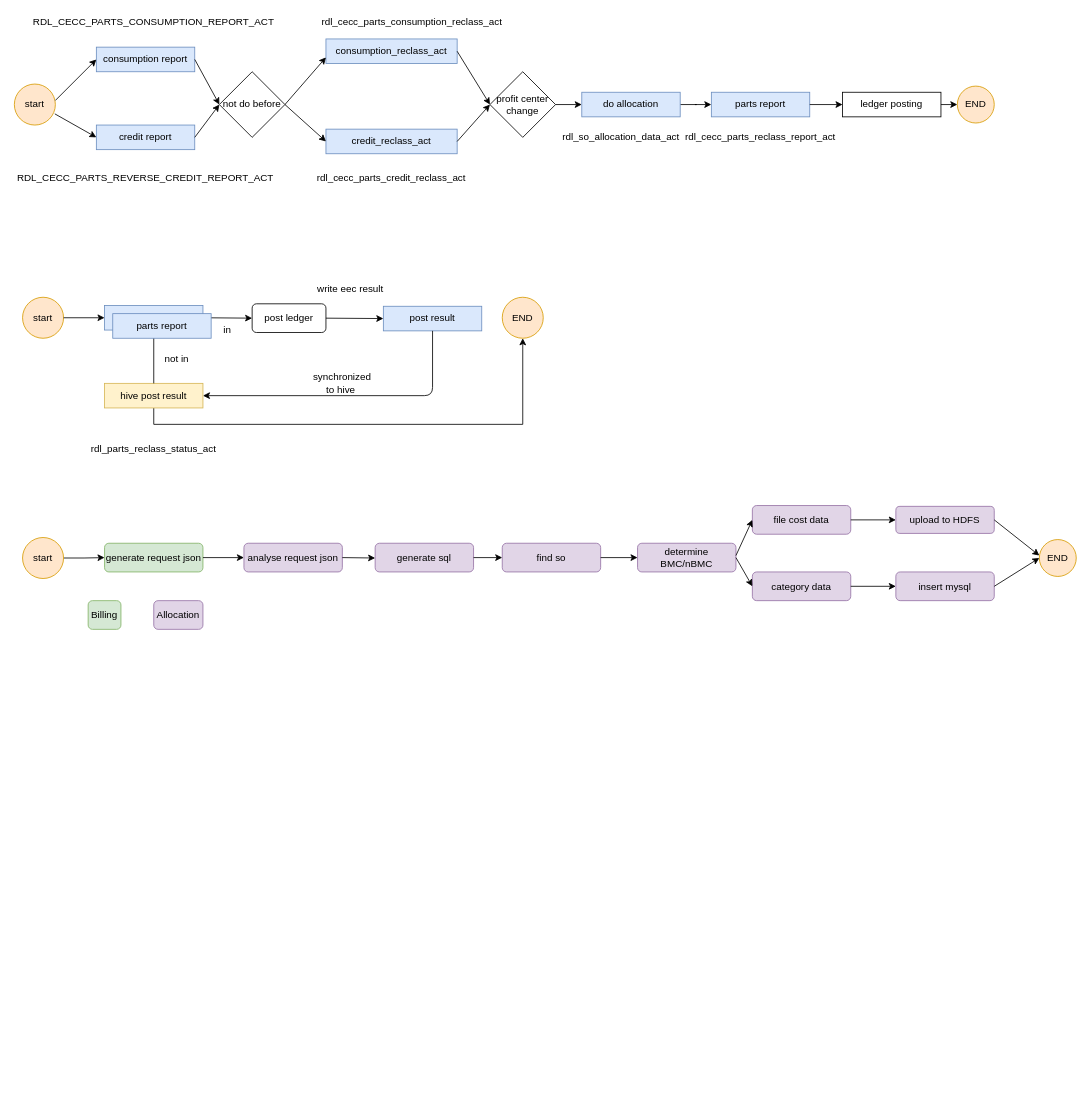
The draw.io diagram src/Untitled Diagram.drawio in zhang-xdl/Crawler, before the edit. Source tidied: cells renumbered, new cells numbered last; positions are measured from the earlier drawing's top-left corner, leaving out a move shared by most shapes. Both pictures are drawn from the tidied source at 82%, with x=0, y=0 at pixel (14, 14).
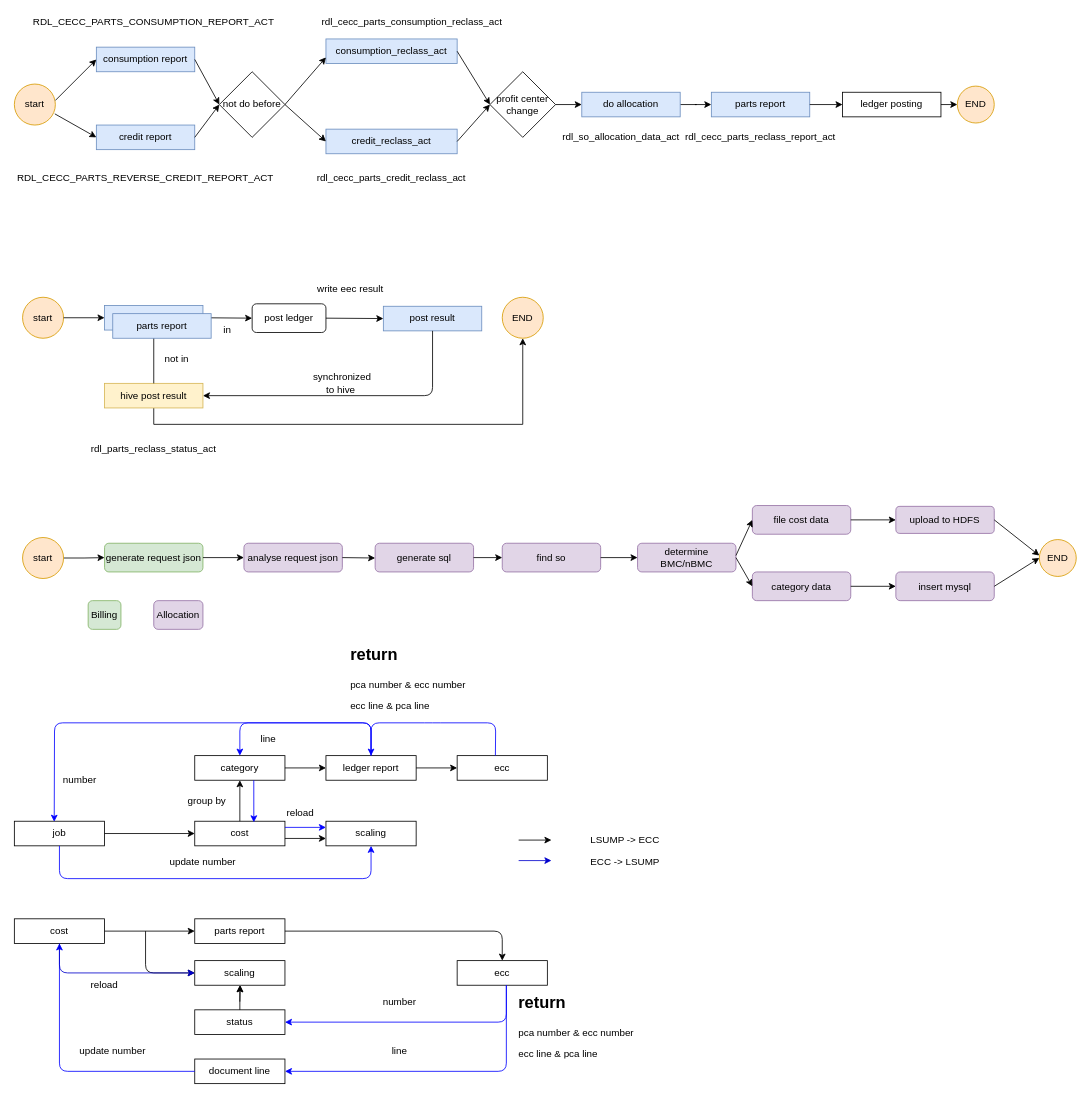
The same page after the edit.

Change to the diagram source:
```diff
@@
+    <mxCell id="73" value="job" style="rounded=0;whiteSpace=wrap;html=1;" parent="1" vertex="1">
+      <mxGeometry y="984" width="110" height="30" as="geometry" />
+    </mxCell>
+    <mxCell id="74" value="cost" style="rounded=0;whiteSpace=wrap;html=1;" parent="1" vertex="1">
+      <mxGeometry x="220" y="984" width="110" height="30" as="geometry" />
+    </mxCell>
+    <mxCell id="75" value="category" style="rounded=0;whiteSpace=wrap;html=1;" parent="1" vertex="1">
+      <mxGeometry x="220" y="904" width="110" height="30" as="geometry" />
+    </mxCell>
+    <mxCell id="76" value="ledger report" style="rounded=0;whiteSpace=wrap;html=1;" parent="1" vertex="1">
+      <mxGeometry x="380" y="904" width="110" height="30" as="geometry" />
+    </mxCell>
+    <mxCell id="77" value="scaling" style="rounded=0;whiteSpace=wrap;html=1;" parent="1" vertex="1">
+      <mxGeometry x="380" y="984" width="110" height="30" as="geometry" />
+    </mxCell>
+    <mxCell id="78" value="ecc" style="rounded=0;whiteSpace=wrap;html=1;" parent="1" vertex="1">
+      <mxGeometry x="540" y="904" width="110" height="30" as="geometry" />
+    </mxCell>
+    <mxCell id="79" style="endArrow=classic;html=1;exitX=1;exitY=0.5;exitDx=0;exitDy=0;entryX=0;entryY=0.5;entryDx=0;entryDy=0;" parent="1" edge="1" source="73" target="74">
+      <mxGeometry relative="1" as="geometry" />
+    </mxCell>
+    <mxCell id="80" style="endArrow=classic;html=1;entryX=0.5;entryY=1;entryDx=0;entryDy=0;" parent="1" edge="1" source="74" target="75">
+      <mxGeometry relative="1" as="geometry" />
+    </mxCell>
+    <mxCell id="81" style="endArrow=classic;html=1;exitX=1;exitY=0.5;exitDx=0;exitDy=0;entryX=0;entryY=0.5;entryDx=0;entryDy=0;" parent="1" edge="1">
+      <mxGeometry relative="1" as="geometry">
+        <mxPoint x="330" y="1005" as="sourcePoint" />
+        <mxPoint x="380" y="1005" as="targetPoint" />
+      </mxGeometry>
+    </mxCell>
+    <mxCell id="82" style="endArrow=classic;html=1;exitX=1;exitY=0.5;exitDx=0;exitDy=0;entryX=0;entryY=0.5;entryDx=0;entryDy=0;" parent="1" edge="1" source="75" target="76">
+      <mxGeometry relative="1" as="geometry" />
+    </mxCell>
+    <mxCell id="83" style="endArrow=classic;html=1;exitX=1;exitY=0.5;exitDx=0;exitDy=0;entryX=0;entryY=0.5;entryDx=0;entryDy=0;" parent="1" edge="1" source="76" target="78">
+      <mxGeometry relative="1" as="geometry" />
+    </mxCell>
+    <mxCell id="84" value="group by" style="text;html=1;strokeColor=none;fillColor=none;align=center;verticalAlign=middle;whiteSpace=wrap;rounded=0;" parent="1" vertex="1">
+      <mxGeometry x="210" y="950" width="50" height="20" as="geometry" />
+    </mxCell>
+    <mxCell id="85" style="endArrow=classic;html=1;exitX=0.424;exitY=0;exitDx=0;exitDy=0;exitPerimeter=0;entryX=0.5;entryY=0;entryDx=0;entryDy=0;strokeColor=#0000FF;" parent="1" edge="1" source="78" target="76">
+      <mxGeometry relative="1" as="geometry">
+        <Array as="points">
+          <mxPoint x="587" y="864" />
+          <mxPoint x="510" y="864" />
+          <mxPoint x="435" y="864" />
+        </Array>
+      </mxGeometry>
+    </mxCell>
+    <mxCell id="86" value="&lt;h1&gt;&lt;font style=&quot;font-size: 20px ; line-height: 60%&quot;&gt;return&lt;/font&gt;&lt;/h1&gt;&lt;p&gt;pca number &amp;amp; ecc number&lt;/p&gt;&lt;p&gt;ecc line &amp;amp; pca line&lt;/p&gt;" style="text;html=1;strokeColor=none;fillColor=none;spacing=5;spacingTop=-20;whiteSpace=wrap;overflow=hidden;rounded=0;" parent="1" vertex="1">
+      <mxGeometry x="405" y="760" width="205" height="90" as="geometry" />
+    </mxCell>
+    <mxCell id="87" style="endArrow=classic;html=1;exitX=0.5;exitY=0;exitDx=0;exitDy=0;entryX=0.5;entryY=0;entryDx=0;entryDy=0;strokeColor=#0000FF;" parent="1" edge="1" source="76" target="75">
+      <mxGeometry relative="1" as="geometry">
+        <Array as="points">
+          <mxPoint x="435" y="864" />
+          <mxPoint x="275" y="864" />
+        </Array>
+      </mxGeometry>
+    </mxCell>
+    <mxCell id="88" style="endArrow=classic;html=1;exitX=0.5;exitY=0;exitDx=0;exitDy=0;entryX=0.442;entryY=0.022;entryDx=0;entryDy=0;entryPerimeter=0;strokeColor=#0000FF;" parent="1" edge="1" source="76" target="73">
+      <mxGeometry relative="1" as="geometry">
+        <Array as="points">
+          <mxPoint x="435" y="864" />
+          <mxPoint x="49" y="864" />
+        </Array>
+      </mxGeometry>
+    </mxCell>
+    <mxCell id="89" value="line" style="text;html=1;strokeColor=none;fillColor=none;align=center;verticalAlign=middle;whiteSpace=wrap;rounded=0;" parent="1" vertex="1">
+      <mxGeometry x="290" y="874" width="40" height="20" as="geometry" />
+    </mxCell>
+    <mxCell id="90" value="number" style="text;html=1;strokeColor=none;fillColor=none;align=center;verticalAlign=middle;whiteSpace=wrap;rounded=0;" parent="1" vertex="1">
+      <mxGeometry x="60" y="924" width="40" height="20" as="geometry" />
+    </mxCell>
+    <mxCell id="91" style="endArrow=classic;html=1;exitX=0.5;exitY=1;exitDx=0;exitDy=0;entryX=0.5;entryY=1;entryDx=0;entryDy=0;strokeColor=#0000FF;" parent="1" edge="1" source="73" target="77">
+      <mxGeometry relative="1" as="geometry">
+        <Array as="points">
+          <mxPoint x="55" y="1054" />
+          <mxPoint x="435" y="1054" />
+        </Array>
+      </mxGeometry>
+    </mxCell>
+    <mxCell id="92" value="update number" style="text;html=1;strokeColor=none;fillColor=none;align=center;verticalAlign=middle;whiteSpace=wrap;rounded=0;" parent="1" vertex="1">
+      <mxGeometry x="170" y="1024" width="120" height="20" as="geometry" />
+    </mxCell>
+    <mxCell id="93" style="endArrow=classic;html=1;entryX=0.655;entryY=0.044;entryDx=0;entryDy=0;entryPerimeter=0;strokeColor=#0000FF;" parent="1" edge="1" target="74">
+      <mxGeometry relative="1" as="geometry">
+        <mxPoint x="292" y="934" as="sourcePoint" />
+      </mxGeometry>
+    </mxCell>
+    <mxCell id="94" value="reload" style="text;html=1;strokeColor=none;fillColor=none;align=center;verticalAlign=middle;whiteSpace=wrap;rounded=0;" parent="1" vertex="1">
+      <mxGeometry x="304" y="964" width="90" height="20" as="geometry" />
+    </mxCell>
+    <mxCell id="95" style="endArrow=classic;html=1;strokeColor=#0000FF;exitX=1;exitY=0.25;exitDx=0;exitDy=0;entryX=0;entryY=0.25;entryDx=0;entryDy=0;" parent="1" edge="1" source="74" target="77">
+      <mxGeometry relative="1" as="geometry" />
+    </mxCell>
+    <mxCell id="96" value="cost" style="rounded=0;whiteSpace=wrap;html=1;" parent="1" vertex="1">
+      <mxGeometry y="1103" width="110" height="30" as="geometry" />
+    </mxCell>
+    <mxCell id="97" value="parts report" style="rounded=0;whiteSpace=wrap;html=1;" parent="1" vertex="1">
+      <mxGeometry x="220" y="1103" width="110" height="30" as="geometry" />
+    </mxCell>
+    <mxCell id="98" value="ecc" style="rounded=0;whiteSpace=wrap;html=1;" parent="1" vertex="1">
+      <mxGeometry x="540" y="1154" width="110" height="30" as="geometry" />
+    </mxCell>
+    <mxCell id="99" style="endArrow=classic;html=1;exitX=1;exitY=0.5;exitDx=0;exitDy=0;entryX=0;entryY=0.5;entryDx=0;entryDy=0;" parent="1" edge="1" source="96" target="97">
+      <mxGeometry relative="1" as="geometry" />
+    </mxCell>
+    <mxCell id="100" style="endArrow=classic;html=1;exitX=1;exitY=0.5;exitDx=0;exitDy=0;entryX=0.5;entryY=0;entryDx=0;entryDy=0;" parent="1" edge="1" source="97" target="98">
+      <mxGeometry relative="1" as="geometry">
+        <Array as="points">
+          <mxPoint x="595" y="1118" />
+        </Array>
+      </mxGeometry>
+    </mxCell>
+    <mxCell id="101" value="scaling" style="rounded=0;whiteSpace=wrap;html=1;" parent="1" vertex="1">
+      <mxGeometry x="220" y="1154" width="110" height="30" as="geometry" />
+    </mxCell>
+    <mxCell id="102" style="endArrow=classic;html=1;strokeColor=#000000;entryX=0;entryY=0.5;entryDx=0;entryDy=0;" parent="1" edge="1" target="101">
+      <mxGeometry relative="1" as="geometry">
+        <mxPoint x="160" y="1118" as="sourcePoint" />
+        <Array as="points">
+          <mxPoint x="160" y="1169" />
+        </Array>
+      </mxGeometry>
+    </mxCell>
+    <mxCell id="103" style="edgeStyle=orthogonalEdgeStyle;rounded=0;jettySize=auto;html=1;strokeColor=#000000;" parent="1" edge="1" target="101">
+      <mxGeometry relative="1" as="geometry">
+        <mxPoint x="275" y="1204" as="sourcePoint" />
+      </mxGeometry>
+    </mxCell>
+    <mxCell id="104" value="status" style="rounded=0;whiteSpace=wrap;html=1;" parent="1" vertex="1">
+      <mxGeometry x="220" y="1214" width="110" height="30" as="geometry" />
+    </mxCell>
+    <mxCell id="105" value="document line" style="rounded=0;whiteSpace=wrap;html=1;" parent="1" vertex="1">
+      <mxGeometry x="220" y="1274" width="110" height="30" as="geometry" />
+    </mxCell>
+    <mxCell id="106" style="endArrow=classic;html=1;entryX=1;entryY=0.5;entryDx=0;entryDy=0;strokeColor=#0000FF;" parent="1" edge="1" target="104">
+      <mxGeometry relative="1" as="geometry">
+        <mxPoint x="600" y="1184" as="sourcePoint" />
+        <Array as="points">
+          <mxPoint x="600" y="1229" />
+        </Array>
+      </mxGeometry>
+    </mxCell>
+    <mxCell id="107" style="endArrow=classic;html=1;entryX=1;entryY=0.5;entryDx=0;entryDy=0;strokeColor=#0000FF;" parent="1" edge="1" target="105">
+      <mxGeometry relative="1" as="geometry">
+        <mxPoint x="600" y="1184" as="sourcePoint" />
+        <Array as="points">
+          <mxPoint x="600" y="1289" />
+        </Array>
+      </mxGeometry>
+    </mxCell>
+    <mxCell id="108" style="endArrow=classic;html=1;strokeColor=#000000;entryX=0.5;entryY=1;entryDx=0;entryDy=0;" parent="1" edge="1" target="101">
+      <mxGeometry relative="1" as="geometry">
+        <mxPoint x="275" y="1214" as="sourcePoint" />
+      </mxGeometry>
+    </mxCell>
+    <mxCell id="109" style="endArrow=classic;html=1;entryX=0.5;entryY=1;entryDx=0;entryDy=0;exitX=0;exitY=0.5;exitDx=0;exitDy=0;strokeColor=#0000FF;" parent="1" edge="1" source="105" target="96">
+      <mxGeometry relative="1" as="geometry">
+        <Array as="points">
+          <mxPoint x="55" y="1289" />
+        </Array>
+      </mxGeometry>
+    </mxCell>
+    <mxCell id="110" style="endArrow=classic;html=1;exitX=0.5;exitY=1;exitDx=0;exitDy=0;entryX=0;entryY=0.5;entryDx=0;entryDy=0;strokeColor=#0000CC;" parent="1" edge="1" source="96" target="101">
+      <mxGeometry relative="1" as="geometry">
+        <Array as="points">
+          <mxPoint x="55" y="1169" />
+        </Array>
+      </mxGeometry>
+    </mxCell>
+    <mxCell id="111" value="&lt;h1&gt;&lt;font style=&quot;font-size: 20px&quot;&gt;return&lt;/font&gt;&lt;/h1&gt;&lt;p&gt;pca number &amp;amp; ecc number&lt;/p&gt;&lt;p&gt;ecc line &amp;amp; pca line&lt;/p&gt;" style="text;html=1;strokeColor=none;fillColor=none;spacing=5;spacingTop=-20;whiteSpace=wrap;overflow=hidden;rounded=0;" parent="1" vertex="1">
+      <mxGeometry x="610" y="1184" width="205" height="90" as="geometry" />
+    </mxCell>
+    <mxCell id="112" value="number" style="text;html=1;strokeColor=none;fillColor=none;align=center;verticalAlign=middle;whiteSpace=wrap;rounded=0;" parent="1" vertex="1">
+      <mxGeometry x="450" y="1194" width="40" height="20" as="geometry" />
+    </mxCell>
+    <mxCell id="113" value="line" style="text;html=1;strokeColor=none;fillColor=none;align=center;verticalAlign=middle;whiteSpace=wrap;rounded=0;" parent="1" vertex="1">
+      <mxGeometry x="450" y="1254" width="40" height="20" as="geometry" />
+    </mxCell>
+    <mxCell id="114" value="update number" style="text;html=1;strokeColor=none;fillColor=none;align=center;verticalAlign=middle;whiteSpace=wrap;rounded=0;" parent="1" vertex="1">
+      <mxGeometry x="60" y="1254" width="120" height="20" as="geometry" />
+    </mxCell>
+    <mxCell id="115" value="reload" style="text;html=1;strokeColor=none;fillColor=none;align=center;verticalAlign=middle;whiteSpace=wrap;rounded=0;" parent="1" vertex="1">
+      <mxGeometry x="65" y="1174" width="90" height="20" as="geometry" />
+    </mxCell>
+    <mxCell id="116" style="endArrow=classic;html=1;" parent="1" edge="1">
+      <mxGeometry relative="1" as="geometry">
+        <mxPoint x="615" y="1007" as="sourcePoint" />
+        <mxPoint x="655" y="1007" as="targetPoint" />
+      </mxGeometry>
+    </mxCell>
+    <mxCell id="117" style="endArrow=classic;html=1;strokeColor=#0000CC;" parent="1" edge="1">
+      <mxGeometry relative="1" as="geometry">
+        <mxPoint x="615" y="1032" as="sourcePoint" />
+        <mxPoint x="655" y="1032" as="targetPoint" />
+      </mxGeometry>
+    </mxCell>
+    <mxCell id="118" value="LSUMP -&amp;gt; ECC" style="text;html=1;strokeColor=none;fillColor=none;align=center;verticalAlign=middle;whiteSpace=wrap;rounded=0;" parent="1" vertex="1">
+      <mxGeometry x="675" y="997" width="140" height="20" as="geometry" />
+    </mxCell>
+    <mxCell id="119" value="ECC -&amp;gt; LSUMP" style="text;html=1;strokeColor=none;fillColor=none;align=center;verticalAlign=middle;whiteSpace=wrap;rounded=0;" parent="1" vertex="1">
+      <mxGeometry x="675" y="1024" width="140" height="20" as="geometry" />
+    </mxCell>
```
